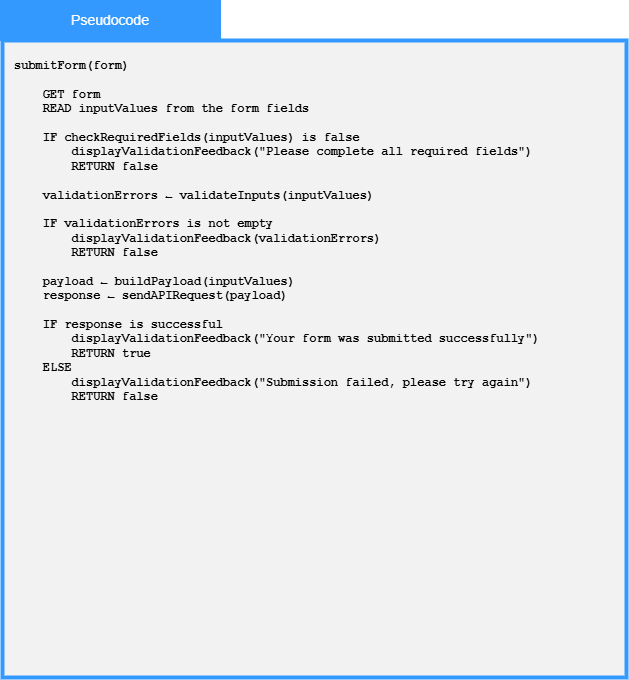
Before: 03_Team_Work/Team1/Milestone_5_Algorithms/AJ_M5_render.drawio.png, a diagram exported from draw.io (JmmonJeremy/CareerBound-SDD). Source tidied: cells renumbered, new cells last; positions are measured from the earlier drawing's top-left corner, leaving out a move shared by most shapes. The source it was exported from:
```xml
<mxGraphModel>
  <root>
    <mxCell id="0" />
    <mxCell id="1" parent="0" />
    <mxCell id="2" style="whiteSpace=wrap;html=1;fillColor=#F2F2F2;strokeWidth=4;strokeColor=#3399FF;" parent="1" vertex="1">
      <mxGeometry x="2" y="40" width="624" height="637" as="geometry" />
    </mxCell>
    <mxCell id="3" value="&lt;font face=&quot;Arial&quot; style=&quot;color: rgb(255, 255, 255); font-size: 14px;&quot;&gt;Pseudocode&lt;/font&gt;" style="rounded=0;whiteSpace=wrap;html=1;strokeColor=#3399FF;fillColor=#3399FF;" parent="1" vertex="1">
      <mxGeometry width="220" height="40" as="geometry" />
    </mxCell>
    <mxCell id="4" value="&lt;div style=&quot;&quot;&gt;&lt;div style=&quot;&quot;&gt;&lt;font face=&quot;Courier New&quot;&gt;&lt;b&gt;&lt;div style=&quot;&quot;&gt;submitForm(form)&lt;/div&gt;&lt;div style=&quot;&quot;&gt;&lt;br&gt;&lt;/div&gt;&lt;div style=&quot;&quot;&gt;&amp;nbsp; &amp;nbsp; GET form&lt;/div&gt;&lt;div style=&quot;&quot;&gt;&amp;nbsp; &amp;nbsp; READ inputValues from the form fields&lt;/div&gt;&lt;div style=&quot;&quot;&gt;&lt;br&gt;&lt;/div&gt;&lt;div style=&quot;&quot;&gt;&amp;nbsp; &amp;nbsp; IF checkRequiredFields(inputValues) is false&lt;/div&gt;&lt;div style=&quot;&quot;&gt;&amp;nbsp; &amp;nbsp; &amp;nbsp; &amp;nbsp; displayValidationFeedback(&quot;Please complete all required fields&quot;)&lt;/div&gt;&lt;div style=&quot;&quot;&gt;&amp;nbsp; &amp;nbsp; &amp;nbsp; &amp;nbsp; RETURN false&lt;/div&gt;&lt;div style=&quot;&quot;&gt;&lt;br&gt;&lt;/div&gt;&lt;div style=&quot;&quot;&gt;&amp;nbsp; &amp;nbsp; validationErrors ← validateInputs(inputValues)&lt;/div&gt;&lt;div style=&quot;&quot;&gt;&lt;br&gt;&lt;/div&gt;&lt;div style=&quot;&quot;&gt;&amp;nbsp; &amp;nbsp; IF validationErrors is not empty&lt;/div&gt;&lt;div style=&quot;&quot;&gt;&amp;nbsp; &amp;nbsp; &amp;nbsp; &amp;nbsp; displayValidationFeedback(validationErrors)&lt;/div&gt;&lt;div style=&quot;&quot;&gt;&amp;nbsp; &amp;nbsp; &amp;nbsp; &amp;nbsp; RETURN false&lt;/div&gt;&lt;div style=&quot;&quot;&gt;&lt;br&gt;&lt;/div&gt;&lt;div style=&quot;&quot;&gt;&amp;nbsp; &amp;nbsp; payload ← buildPayload(inputValues)&lt;/div&gt;&lt;div style=&quot;&quot;&gt;&amp;nbsp; &amp;nbsp; response ← sendAPIRequest(payload)&lt;/div&gt;&lt;div style=&quot;&quot;&gt;&lt;br&gt;&lt;/div&gt;&lt;div style=&quot;&quot;&gt;&amp;nbsp; &amp;nbsp; IF response is successful&lt;/div&gt;&lt;div style=&quot;&quot;&gt;&amp;nbsp; &amp;nbsp; &amp;nbsp; &amp;nbsp; displayValidationFeedback(&quot;Your form was submitted successfully&quot;)&lt;/div&gt;&lt;div style=&quot;&quot;&gt;&amp;nbsp; &amp;nbsp; &amp;nbsp; &amp;nbsp; RETURN true&lt;/div&gt;&lt;div style=&quot;&quot;&gt;&amp;nbsp; &amp;nbsp; ELSE&lt;/div&gt;&lt;div style=&quot;&quot;&gt;&amp;nbsp; &amp;nbsp; &amp;nbsp; &amp;nbsp; displayValidationFeedback(&quot;Submission failed, please try again&quot;)&lt;/div&gt;&lt;div style=&quot;&quot;&gt;&amp;nbsp; &amp;nbsp; &amp;nbsp; &amp;nbsp; RETURN false&lt;/div&gt;&lt;/b&gt;&lt;/font&gt;&lt;/div&gt;&lt;/div&gt;" style="text;html=1;whiteSpace=wrap;strokeColor=none;fillColor=none;align=left;verticalAlign=middle;rounded=0;verticalAlign=top;" parent="1" vertex="1">
      <mxGeometry x="12" y="52" width="597" height="613" as="geometry" />
    </mxCell>
  </root>
</mxGraphModel>
```
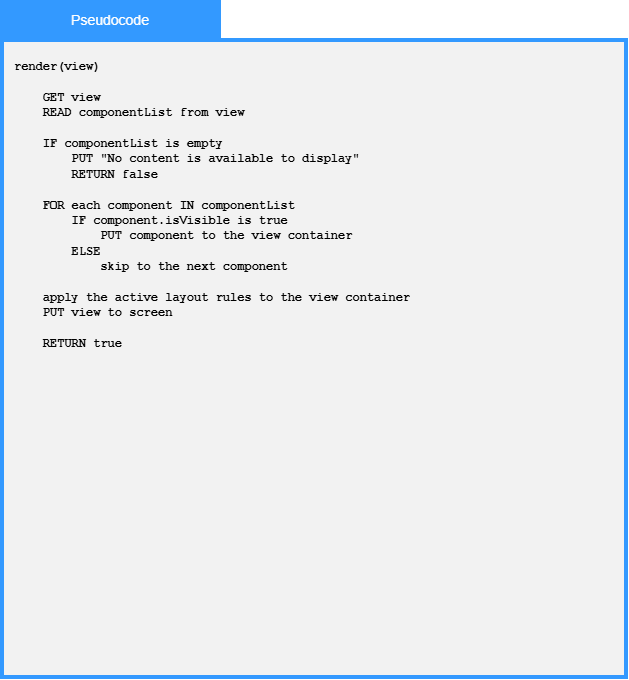
After the change.

Commit message:
Actual render and renderSelectedView

What changed in the source:
```diff
@@ -8,8 +8,8 @@
     <mxCell id="3" value="&lt;font face=&quot;Arial&quot; style=&quot;color: rgb(255, 255, 255); font-size: 14px;&quot;&gt;Pseudocode&lt;/font&gt;" style="rounded=0;whiteSpace=wrap;html=1;strokeColor=#3399FF;fillColor=#3399FF;" parent="1" vertex="1">
       <mxGeometry width="220" height="40" as="geometry" />
     </mxCell>
-    <mxCell id="4" value="&lt;div style=&quot;&quot;&gt;&lt;div style=&quot;&quot;&gt;&lt;font face=&quot;Courier New&quot;&gt;&lt;b&gt;&lt;div style=&quot;&quot;&gt;submitForm(form)&lt;/div&gt;&lt;div style=&quot;&quot;&gt;&lt;br&gt;&lt;/div&gt;&lt;div style=&quot;&quot;&gt;&amp;nbsp; &amp;nbsp; GET form&lt;/div&gt;&lt;div style=&quot;&quot;&gt;&amp;nbsp; &amp;nbsp; READ inputValues from the form fields&lt;/div&gt;&lt;div style=&quot;&quot;&gt;&lt;br&gt;&lt;/div&gt;&lt;div style=&quot;&quot;&gt;&amp;nbsp; &amp;nbsp; IF checkRequiredFields(inputValues) is false&lt;/div&gt;&lt;div style=&quot;&quot;&gt;&amp;nbsp; &amp;nbsp; &amp;nbsp; &amp;nbsp; displayValidationFeedback(&quot;Please complete all required fields&quot;)&lt;/div&gt;&lt;div style=&quot;&quot;&gt;&amp;nbsp; &amp;nbsp; &amp;nbsp; &amp;nbsp; RETURN false&lt;/div&gt;&lt;div style=&quot;&quot;&gt;&lt;br&gt;&lt;/div&gt;&lt;div style=&quot;&quot;&gt;&amp;nbsp; &amp;nbsp; validationErrors ← validateInputs(inputValues)&lt;/div&gt;&lt;div style=&quot;&quot;&gt;&lt;br&gt;&lt;/div&gt;&lt;div style=&quot;&quot;&gt;&amp;nbsp; &amp;nbsp; IF validationErrors is not empty&lt;/div&gt;&lt;div style=&quot;&quot;&gt;&amp;nbsp; &amp;nbsp; &amp;nbsp; &amp;nbsp; displayValidationFeedback(validationErrors)&lt;/div&gt;&lt;div style=&quot;&quot;&gt;&amp;nbsp; &amp;nbsp; &amp;nbsp; &amp;nbsp; RETURN false&lt;/div&gt;&lt;div style=&quot;&quot;&gt;&lt;br&gt;&lt;/div&gt;&lt;div style=&quot;&quot;&gt;&amp;nbsp; &amp;nbsp; payload ← buildPayload(inputValues)&lt;/div&gt;&lt;div style=&quot;&quot;&gt;&amp;nbsp; &amp;nbsp; response ← sendAPIRequest(payload)&lt;/div&gt;&lt;div style=&quot;&quot;&gt;&lt;br&gt;&lt;/div&gt;&lt;div style=&quot;&quot;&gt;&amp;nbsp; &amp;nbsp; IF response is successful&lt;/div&gt;&lt;div style=&quot;&quot;&gt;&amp;nbsp; &amp;nbsp; &amp;nbsp; &amp;nbsp; displayValidationFeedback(&quot;Your form was submitted successfully&quot;)&lt;/div&gt;&lt;div style=&quot;&quot;&gt;&amp;nbsp; &amp;nbsp; &amp;nbsp; &amp;nbsp; RETURN true&lt;/div&gt;&lt;div style=&quot;&quot;&gt;&amp;nbsp; &amp;nbsp; ELSE&lt;/div&gt;&lt;div style=&quot;&quot;&gt;&amp;nbsp; &amp;nbsp; &amp;nbsp; &amp;nbsp; displayValidationFeedback(&quot;Submission failed, please try again&quot;)&lt;/div&gt;&lt;div style=&quot;&quot;&gt;&amp;nbsp; &amp;nbsp; &amp;nbsp; &amp;nbsp; RETURN false&lt;/div&gt;&lt;/b&gt;&lt;/font&gt;&lt;/div&gt;&lt;/div&gt;" style="text;html=1;whiteSpace=wrap;strokeColor=none;fillColor=none;align=left;verticalAlign=middle;rounded=0;verticalAlign=top;" parent="1" vertex="1">
-      <mxGeometry x="12" y="52" width="597" height="613" as="geometry" />
-    </mxCell>
+    <mxCell id="5" value="&lt;div&gt;&lt;div&gt;&lt;font face=&quot;Courier New&quot;&gt;&lt;b&gt;render(view)&lt;/b&gt;&lt;/font&gt;&lt;/div&gt;&lt;div&gt;&lt;font face=&quot;Courier New&quot;&gt;&lt;b&gt;&lt;br&gt;&lt;/b&gt;&lt;/font&gt;&lt;/div&gt;&lt;div&gt;&lt;font face=&quot;Courier New&quot;&gt;&lt;b&gt;&amp;nbsp; &amp;nbsp; GET view&lt;/b&gt;&lt;/font&gt;&lt;/div&gt;&lt;div&gt;&lt;font face=&quot;Courier New&quot;&gt;&lt;b&gt;&amp;nbsp; &amp;nbsp; READ componentList from view&lt;/b&gt;&lt;/font&gt;&lt;/div&gt;&lt;div&gt;&lt;font face=&quot;Courier New&quot;&gt;&lt;b&gt;&lt;br&gt;&lt;/b&gt;&lt;/font&gt;&lt;/div&gt;&lt;div&gt;&lt;font face=&quot;Courier New&quot;&gt;&lt;b&gt;&amp;nbsp; &amp;nbsp; IF componentList is empty&lt;/b&gt;&lt;/font&gt;&lt;/div&gt;&lt;div&gt;&lt;font face=&quot;Courier New&quot;&gt;&lt;b&gt;&amp;nbsp; &amp;nbsp; &amp;nbsp; &amp;nbsp; PUT &quot;No content is available to display&quot;&lt;/b&gt;&lt;/font&gt;&lt;/div&gt;&lt;div&gt;&lt;font face=&quot;Courier New&quot;&gt;&lt;b&gt;&amp;nbsp; &amp;nbsp; &amp;nbsp; &amp;nbsp; RETURN false&lt;/b&gt;&lt;/font&gt;&lt;/div&gt;&lt;div&gt;&lt;font face=&quot;Courier New&quot;&gt;&lt;b&gt;&lt;br&gt;&lt;/b&gt;&lt;/font&gt;&lt;/div&gt;&lt;div&gt;&lt;font face=&quot;Courier New&quot;&gt;&lt;b&gt;&amp;nbsp; &amp;nbsp; FOR each component IN componentList&lt;/b&gt;&lt;/font&gt;&lt;/div&gt;&lt;div&gt;&lt;font face=&quot;Courier New&quot;&gt;&lt;b&gt;&amp;nbsp; &amp;nbsp; &amp;nbsp; &amp;nbsp; IF component.isVisible is true&lt;/b&gt;&lt;/font&gt;&lt;/div&gt;&lt;div&gt;&lt;font face=&quot;Courier New&quot;&gt;&lt;b&gt;&amp;nbsp; &amp;nbsp; &amp;nbsp; &amp;nbsp; &amp;nbsp; &amp;nbsp; PUT component to the view container&lt;/b&gt;&lt;/font&gt;&lt;/div&gt;&lt;div&gt;&lt;font face=&quot;Courier New&quot;&gt;&lt;b&gt;&amp;nbsp; &amp;nbsp; &amp;nbsp; &amp;nbsp; ELSE&lt;/b&gt;&lt;/font&gt;&lt;/div&gt;&lt;div&gt;&lt;font face=&quot;Courier New&quot;&gt;&lt;b&gt;&amp;nbsp; &amp;nbsp; &amp;nbsp; &amp;nbsp; &amp;nbsp; &amp;nbsp; skip to the next component&lt;/b&gt;&lt;/font&gt;&lt;/div&gt;&lt;div&gt;&lt;font face=&quot;Courier New&quot;&gt;&lt;b&gt;&lt;br&gt;&lt;/b&gt;&lt;/font&gt;&lt;/div&gt;&lt;div&gt;&lt;font face=&quot;Courier New&quot;&gt;&lt;b&gt;&amp;nbsp; &amp;nbsp; apply the active layout rules to the view container&lt;/b&gt;&lt;/font&gt;&lt;/div&gt;&lt;div&gt;&lt;font face=&quot;Courier New&quot;&gt;&lt;b&gt;&amp;nbsp; &amp;nbsp; PUT view to screen&lt;/b&gt;&lt;/font&gt;&lt;/div&gt;&lt;div&gt;&lt;font face=&quot;Courier New&quot;&gt;&lt;b&gt;&lt;br&gt;&lt;/b&gt;&lt;/font&gt;&lt;/div&gt;&lt;div&gt;&lt;font face=&quot;Courier New&quot;&gt;&lt;b&gt;&amp;nbsp; &amp;nbsp; RETURN true&lt;/b&gt;&lt;/font&gt;&lt;/div&gt;&lt;/div&gt;" style="text;html=1;whiteSpace=wrap;strokeColor=none;fillColor=none;align=left;verticalAlign=middle;rounded=0;verticalAlign=top;" parent="1" vertex="1">
+      <mxGeometry x="12" y="52" width="597" height="613" as="geometry" />
+    </mxCell>
   </root>
 </mxGraphModel>
```
